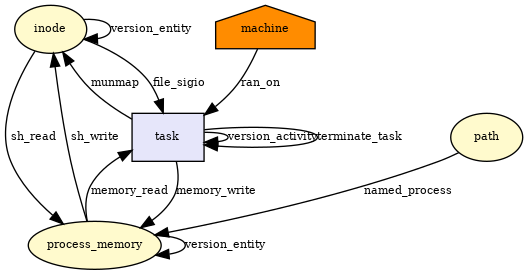
Above: docs/img/__x64_sys_process_vm_writev.png in CamFlow/camflow-dev (Graphviz), before the change. Its source is kept beside it as docs/dot/__x64_sys_process_vm_writev.dot. Source of this version:
```dot
digraph RGL__DirectedAdjacencyGraph {inode[fontsize = 8,label = inode,shape = ellipse, fillcolor="#fffacd", style = filled]

task[fontsize = 8,label = task,shape = rectangle, fillcolor="#e6e6fa", style = filled]

inode -> task[fontsize = 8,label = file_sigio]

process_memory[fontsize = 8,label = process_memory,shape = ellipse, fillcolor="#fffacd", style = filled]

task -> process_memory[fontsize = 8,label = memory_write]

task -> task[fontsize = 8,label = version_activity]

process_memory -> process_memory[fontsize = 8,label = version_entity]

process_memory -> inode[fontsize = 8,label = sh_write]

inode -> inode[fontsize = 8,label = version_entity]

path[fontsize = 8,label = path,shape = ellipse, fillcolor="#fffacd", style = filled]

path -> process_memory[fontsize = 8,label = named_process]

machine[fontsize = 8,label = machine,shape = house, fillcolor="#ff8c00", style = filled]

machine -> task[fontsize = 8,label = ran_on]

process_memory -> task[fontsize = 8,label = memory_read]

task -> inode[fontsize = 8,label = munmap]

inode -> process_memory[fontsize = 8,label = sh_read]

task -> task[fontsize = 8,label = terminate_task]

}
```
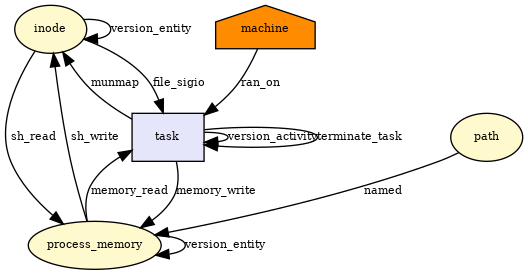
Later version of the same file.

The edit, as a diff of the source:
```diff
@@ -18,7 +18,7 @@
 
 path[fontsize = 8,label = path,shape = ellipse, fillcolor="#fffacd", style = filled]
 
-path -> process_memory[fontsize = 8,label = named_process]
+path -> process_memory[fontsize = 8,label = named]
 
 machine[fontsize = 8,label = machine,shape = house, fillcolor="#ff8c00", style = filled]
 
```
